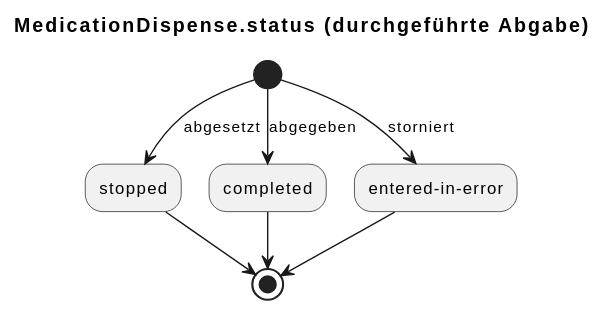
The PlantUML diagram r4-ELGA-e-Medikation-main/plantuml/stateDiagram_md_status_durchgefuehrteAbgabe.svg in HL7Austria/hl7austria.github.io, before a commit. The source it was exported from:
```plantuml
@startuml
title MedicationDispense.status (durchgeführte Abgabe)

(*) --> [abgesetzt] stopped
(*) --> [abgegeben] completed
(*) --> [storniert] "entered-in-error"
stopped --> (*)
completed --> (*)
"entered-in-error" --> (*)
@enduml
```
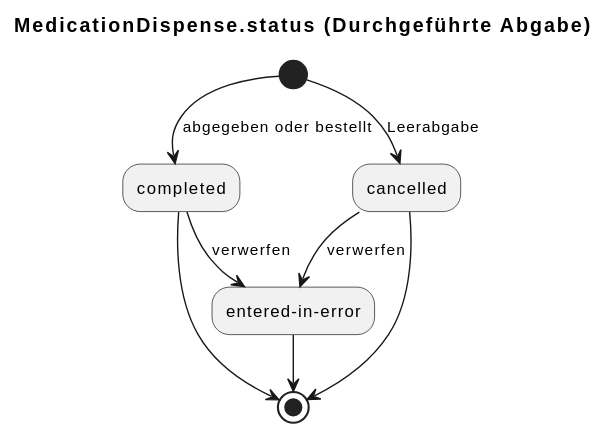
The same diagram one commit later.

The edit, as a diff of the source:
```diff
@@ -1,10 +1,11 @@
 @startuml
-title MedicationDispense.status (durchgeführte Abgabe)
+title MedicationDispense.status (Durchgeführte Abgabe)
 
-(*) --> [abgesetzt] stopped
-(*) --> [abgegeben] completed
-(*) --> [storniert] "entered-in-error"
-stopped --> (*)
+(*) --> [abgegeben oder bestellt] completed
+(*) --> [Leerabgabe] cancelled
+cancelled --> [verwerfen] "entered-in-error"
+completed --> [verwerfen] "entered-in-error"
+cancelled --> (*)
 completed --> (*)
 "entered-in-error" --> (*)
 @enduml
```
